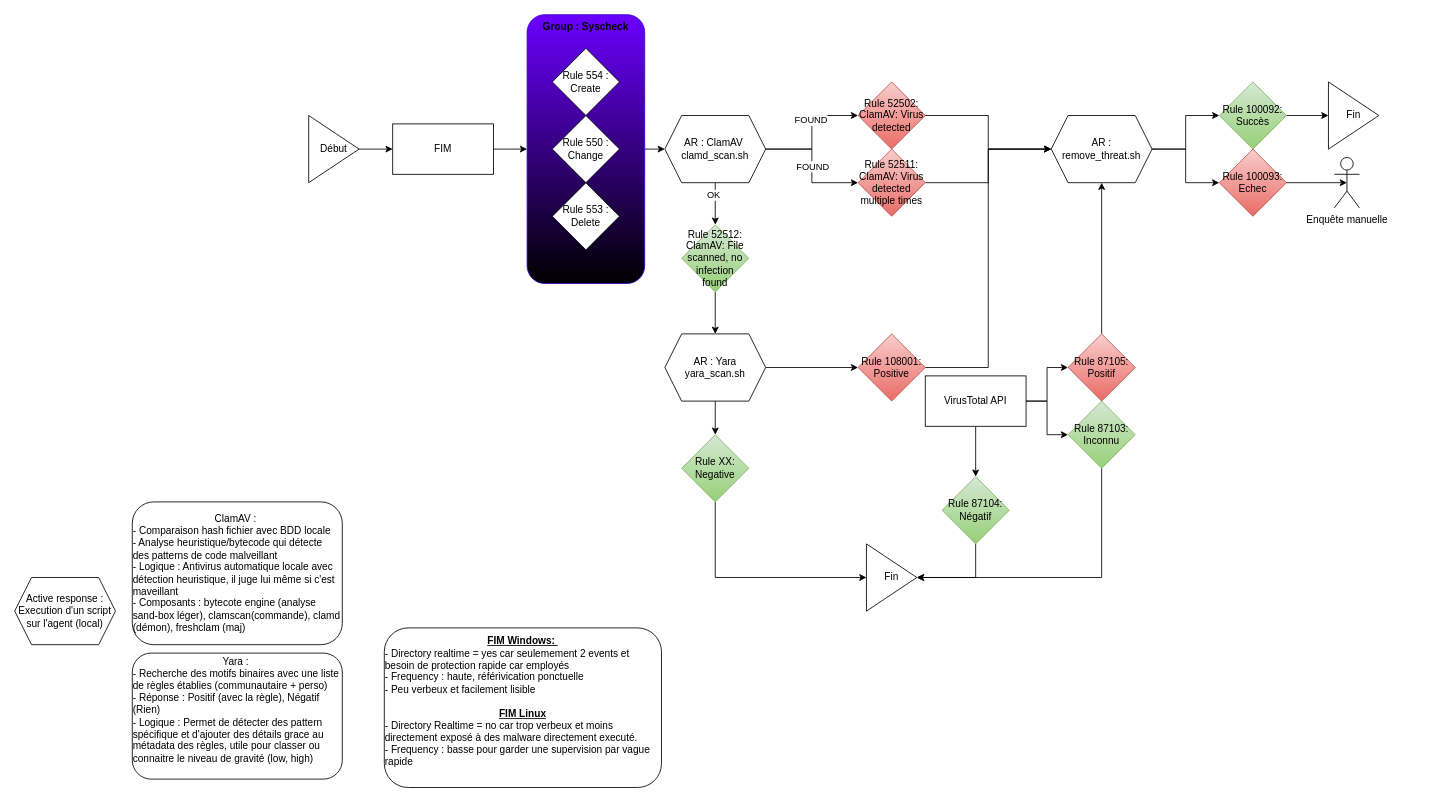
This is Wazuh.drawio from egoMasa/HomeLab, a draw.io file, before an edit. Source tidied: cells renumbered, new cells numbered last; positions are measured from the earlier drawing's top-left corner, leaving out a move shared by most shapes. Both pictures are drawn from the tidied source at 84%, with x=0, y=0 at pixel (14, 14).
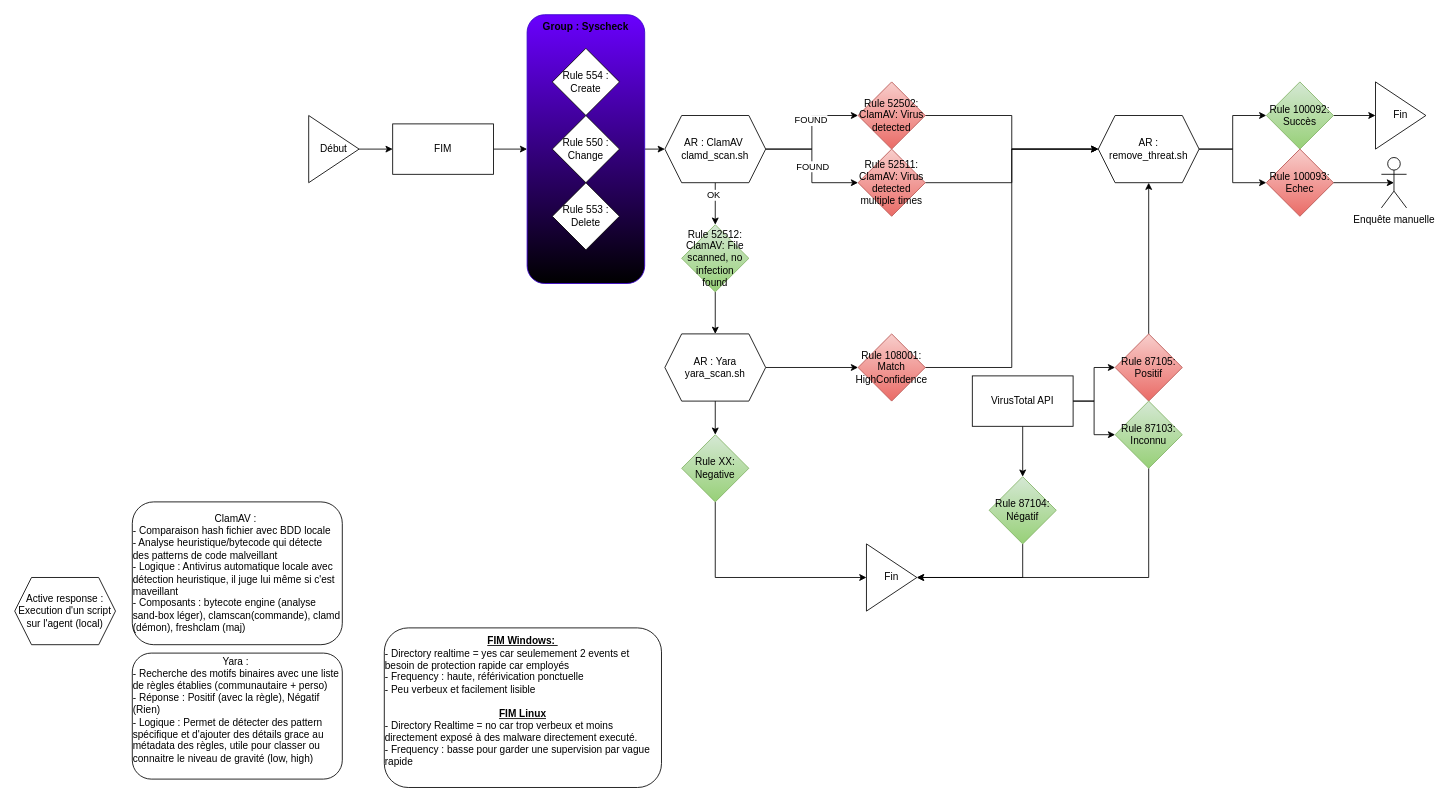
The same diagram, later.

Commit message:
Mettre à jour Wazuh.drawio

Diff of the diagram source:
```diff
@@
     <mxCell id="23" value="AR : remove_threat.sh" style="shape=hexagon;perimeter=hexagonPerimeter2;whiteSpace=wrap;html=1;fixedSize=1;" parent="1" vertex="1">
-      <mxGeometry x="1234" y="120" width="120" height="80" as="geometry" />
+      <mxGeometry x="1290" y="120" width="120" height="80" as="geometry" />
     </mxCell>
@@
     <mxCell id="25" value="Rule 100092: Succès" style="rhombus;whiteSpace=wrap;html=1;fillColor=#d5e8d4;gradientColor=#97d077;strokeColor=#82b366;" parent="1" vertex="1">
-      <mxGeometry x="1434" y="80" width="80" height="80" as="geometry" />
+      <mxGeometry x="1490" y="80" width="80" height="80" as="geometry" />
     </mxCell>
@@
-    <mxCell id="30" value="Rule 108001: Positive" style="rhombus;whiteSpace=wrap;html=1;fillColor=#f8cecc;strokeColor=#b85450;gradientColor=#ea6b66;" parent="1" vertex="1">
+    <mxCell id="30" value="Rule 108001: Match HighConfidence" style="rhombus;whiteSpace=wrap;html=1;fillColor=#f8cecc;strokeColor=#b85450;gradientColor=#ea6b66;" parent="1" vertex="1">
       <mxGeometry x="1004" y="380" width="80" height="80" as="geometry" />
     </mxCell>
@@
     <mxCell id="34" value="Fin" style="triangle;whiteSpace=wrap;html=1;" parent="1" vertex="1">
-      <mxGeometry x="1564" y="80" width="60" height="80" as="geometry" />
+      <mxGeometry x="1620" y="80" width="60" height="80" as="geometry" />
     </mxCell>
@@
     <mxCell id="40" value="VirusTotal API" style="rounded=0;whiteSpace=wrap;html=1;" parent="1" vertex="1">
-      <mxGeometry x="1084" y="430" width="120" height="60" as="geometry" />
+      <mxGeometry x="1140" y="430" width="120" height="60" as="geometry" />
     </mxCell>
@@
     <mxCell id="42" value="Rule 87105: Positif" style="rhombus;whiteSpace=wrap;html=1;fillColor=#f8cecc;strokeColor=#b85450;gradientColor=#ea6b66;" parent="1" vertex="1">
-      <mxGeometry x="1254" y="380" width="80" height="80" as="geometry" />
+      <mxGeometry x="1310" y="380" width="80" height="80" as="geometry" />
     </mxCell>
@@
     <mxCell id="44" value="Rule 87103: Inconnu" style="rhombus;whiteSpace=wrap;html=1;fillColor=#d5e8d4;gradientColor=#97d077;strokeColor=#82b366;" parent="1" vertex="1">
-      <mxGeometry x="1254" y="460" width="80" height="80" as="geometry" />
+      <mxGeometry x="1310" y="460" width="80" height="80" as="geometry" />
     </mxCell>
@@
     <mxCell id="46" value="Rule 87104: Négatif" style="rhombus;whiteSpace=wrap;html=1;fillColor=#d5e8d4;gradientColor=#97d077;strokeColor=#82b366;" parent="1" vertex="1">
-      <mxGeometry x="1104" y="550" width="80" height="80" as="geometry" />
+      <mxGeometry x="1160" y="550" width="80" height="80" as="geometry" />
     </mxCell>
@@
     <mxCell id="48" value="Rule 100093: Echec" style="rhombus;whiteSpace=wrap;html=1;fillColor=#f8cecc;gradientColor=#ea6b66;strokeColor=#b85450;" parent="1" vertex="1">
-      <mxGeometry x="1434" y="160" width="80" height="80" as="geometry" />
+      <mxGeometry x="1490" y="160" width="80" height="80" as="geometry" />
     </mxCell>
     <mxCell id="49" value="Enquête manuelle" style="shape=umlActor;verticalLabelPosition=bottom;verticalAlign=top;html=1;outlineConnect=0;" parent="1" vertex="1">
-      <mxGeometry x="1571" y="170" width="30" height="60" as="geometry" />
+      <mxGeometry x="1627" y="170" width="30" height="60" as="geometry" />
     </mxCell>
```
